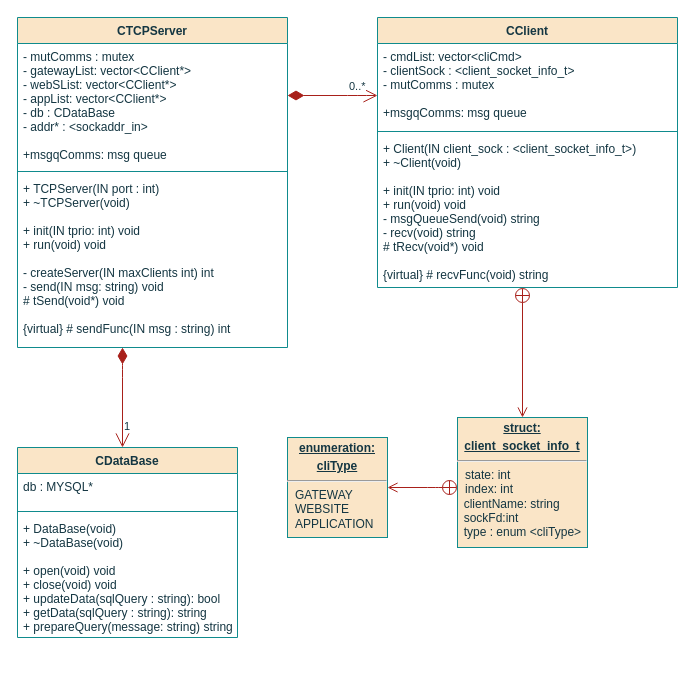
Earlier version of the draw.io diagram page "Class" (4 of 15) of documentation/flowcharts/RS/RS.drawio (ESRGgroup9/slipad). Source tidied: cells renumbered, new cells numbered last; positions are measured from the earlier drawing's top-left corner, leaving out a move shared by most shapes. Both pictures are drawn from the tidied source at 100%, with x=0, y=0 at pixel (17, 17).
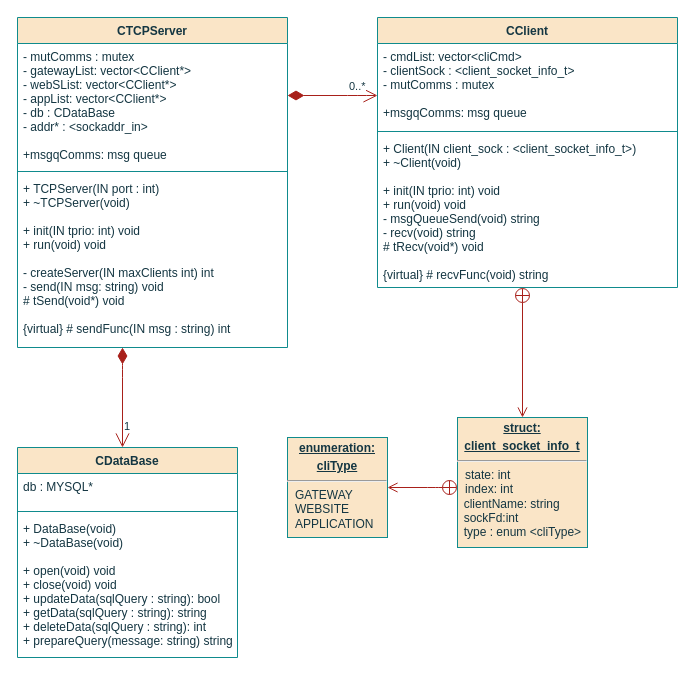
The same page after the edit.

Diff of the diagram source:
```diff
@@
     <mxCell id="11" value="CDataBase" style="swimlane;fontStyle=1;align=center;verticalAlign=top;horizontal=1;startSize=26;fillColor=#FAE5C7;strokeColor=#0F8B8D;fontColor=#143642;" parent="1" vertex="1">
-      <mxGeometry y="430" width="220" height="190" as="geometry" />
+      <mxGeometry y="430" width="220" height="210" as="geometry" />
     </mxCell>
@@
-    <mxCell id="14" value="+ DataBase(void)&#10;+ ~DataBase(void)&#10;&#10;+ open(void) void&#10;+ close(void) void&#10;+ updateData(sqlQuery : string): bool&#10;+ getData(sqlQuery : string): string&#10;+ prepareQuery(message: string) string" style="text;strokeColor=none;fillColor=none;align=left;verticalAlign=top;spacingLeft=4;spacingRight=4;overflow=hidden;fontColor=#143642;" parent="11" vertex="1">
-      <mxGeometry y="68" width="220" height="122" as="geometry" />
+    <mxCell id="14" value="+ DataBase(void)&#10;+ ~DataBase(void)&#10;&#10;+ open(void) void&#10;+ close(void) void&#10;+ updateData(sqlQuery : string): bool&#10;+ getData(sqlQuery : string): string&#10;+ deleteData(sqlQuery : string): int&#10;+ prepareQuery(message: string) string" style="text;strokeColor=none;fillColor=none;align=left;verticalAlign=top;spacingLeft=4;spacingRight=4;overflow=hidden;fontColor=#143642;" parent="11" vertex="1">
+      <mxGeometry y="68" width="220" height="142" as="geometry" />
     </mxCell>
```
